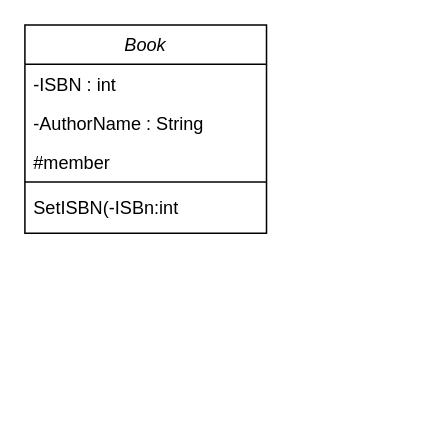
Earlier version of the draw.io diagram Exercise2ClassDiagram.drawio (Nazarifah/week2ClassDiagram). Source tidied: cells renumbered, new cells numbered last; positions are measured from the earlier drawing's top-left corner, leaving out a move shared by most shapes. Both pictures are drawn from the tidied source at 151%, with x=0, y=0 at pixel (24, 24).
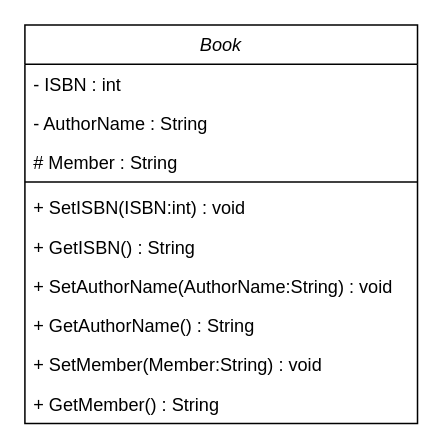
Above is the later version.

Diff of the diagram source:
```diff
@@
 <mxGraphModel>
   <root>
     <mxCell id="0" />
     <mxCell id="1" parent="0" />
     <mxCell id="2" value="Book" style="swimlane;fontStyle=2;align=center;verticalAlign=top;horizontal=1;startSize=26;rounded=0;shadow=0;strokeWidth=1;" parent="1" vertex="1">
-      <mxGeometry width="160" height="138" as="geometry" />
+      <mxGeometry width="260" height="264" as="geometry" />
     </mxCell>
-    <mxCell id="3" value="-ISBN : int" style="text;align=left;verticalAlign=top;spacingLeft=4;spacingRight=4;overflow=hidden;rounded=0;shadow=0;html=0;" parent="2" vertex="1">
-      <mxGeometry y="26" width="160" height="26" as="geometry" />
+    <mxCell id="3" value="- ISBN : int" style="text;align=left;verticalAlign=top;spacingLeft=4;spacingRight=4;overflow=hidden;rounded=0;shadow=0;html=0;" parent="2" vertex="1">
+      <mxGeometry y="26" width="260" height="26" as="geometry" />
     </mxCell>
-    <mxCell id="4" value="-AuthorName : String" style="text;align=left;verticalAlign=top;spacingLeft=4;spacingRight=4;overflow=hidden;" parent="2" vertex="1">
-      <mxGeometry y="52" width="160" height="26" as="geometry" />
+    <mxCell id="4" value="- AuthorName : String" style="text;align=left;verticalAlign=top;spacingLeft=4;spacingRight=4;overflow=hidden;" parent="2" vertex="1">
+      <mxGeometry y="52" width="260" height="26" as="geometry" />
     </mxCell>
-    <mxCell id="5" value="#member" style="text;align=left;verticalAlign=top;spacingLeft=4;spacingRight=4;overflow=hidden;rounded=0;shadow=0;html=0;" parent="2" vertex="1">
-      <mxGeometry y="78" width="160" height="22" as="geometry" />
+    <mxCell id="5" value="# Member : String" style="text;align=left;verticalAlign=top;spacingLeft=4;spacingRight=4;overflow=hidden;rounded=0;shadow=0;html=0;" parent="2" vertex="1">
+      <mxGeometry y="78" width="260" height="22" as="geometry" />
     </mxCell>
     <mxCell id="6" style="line;html=1;strokeWidth=1;align=left;verticalAlign=middle;spacingTop=-1;spacingLeft=3;spacingRight=3;labelPosition=right;" parent="2" vertex="1">
-      <mxGeometry y="100" width="160" height="8" as="geometry" />
+      <mxGeometry y="100" width="260" height="8" as="geometry" />
     </mxCell>
-    <mxCell id="7" value="SetISBN(-ISBn:int" style="text;align=left;verticalAlign=top;spacingLeft=4;spacingRight=4;overflow=hidden;" parent="2" vertex="1">
-      <mxGeometry y="108" width="160" height="26" as="geometry" />
+    <mxCell id="7" value="+ SetISBN(ISBN:int) : void" style="text;align=left;verticalAlign=top;spacingLeft=4;spacingRight=4;overflow=hidden;" parent="2" vertex="1">
+      <mxGeometry y="108" width="260" height="26" as="geometry" />
     </mxCell>
+    <mxCell id="8" value="+ GetISBN() : String" style="text;align=left;verticalAlign=top;spacingLeft=4;spacingRight=4;overflow=hidden;" parent="2" vertex="1">
+      <mxGeometry y="134" width="260" height="26" as="geometry" />
+    </mxCell>
+    <mxCell id="9" value="+ SetAuthorName(AuthorName:String) : void" style="text;align=left;verticalAlign=top;spacingLeft=4;spacingRight=4;overflow=hidden;" parent="2" vertex="1">
+      <mxGeometry y="160" width="260" height="26" as="geometry" />
+    </mxCell>
+    <mxCell id="10" value="+ GetAuthorName() : String" style="text;align=left;verticalAlign=top;spacingLeft=4;spacingRight=4;overflow=hidden;" parent="2" vertex="1">
+      <mxGeometry y="186" width="260" height="26" as="geometry" />
+    </mxCell>
+    <mxCell id="11" value="+ SetMember(Member:String) : void" style="text;align=left;verticalAlign=top;spacingLeft=4;spacingRight=4;overflow=hidden;" parent="2" vertex="1">
+      <mxGeometry y="212" width="260" height="26" as="geometry" />
+    </mxCell>
+    <mxCell id="12" value="+ GetMember() : String" style="text;align=left;verticalAlign=top;spacingLeft=4;spacingRight=4;overflow=hidden;" parent="2" vertex="1">
+      <mxGeometry y="238" width="260" height="26" as="geometry" />
+    </mxCell>
   </root>
 </mxGraphModel>
```
